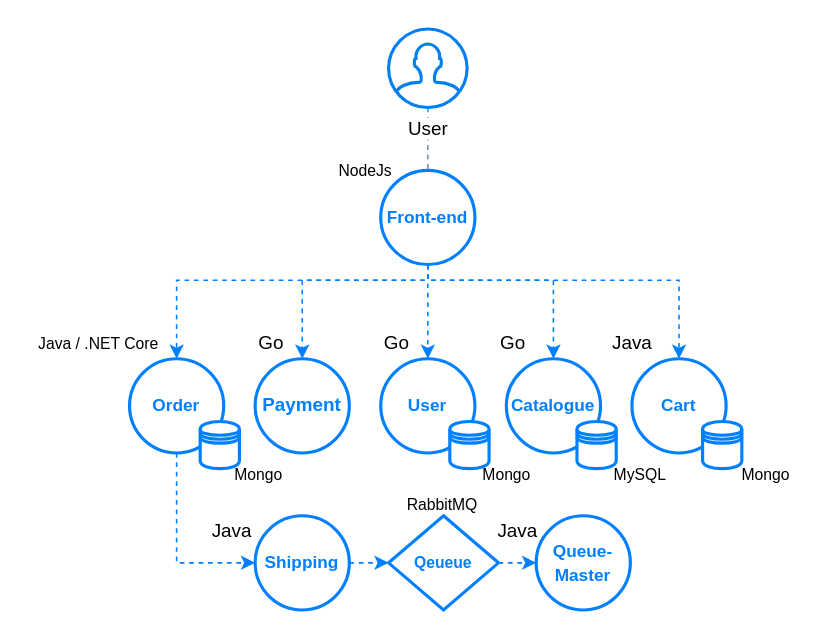
Above: sock-shop.drawio in danielfct/master-thesis (draw.io), before the change. Source tidied: cells renumbered, new cells numbered last; positions are measured from the earlier drawing's top-left corner, leaving out a move shared by most shapes. Both pictures are drawn from the tidied source at 157%, with x=0, y=0 at pixel (27, 28). Pictures stored in the file or linked from it are replaced by grey dashed boxes.
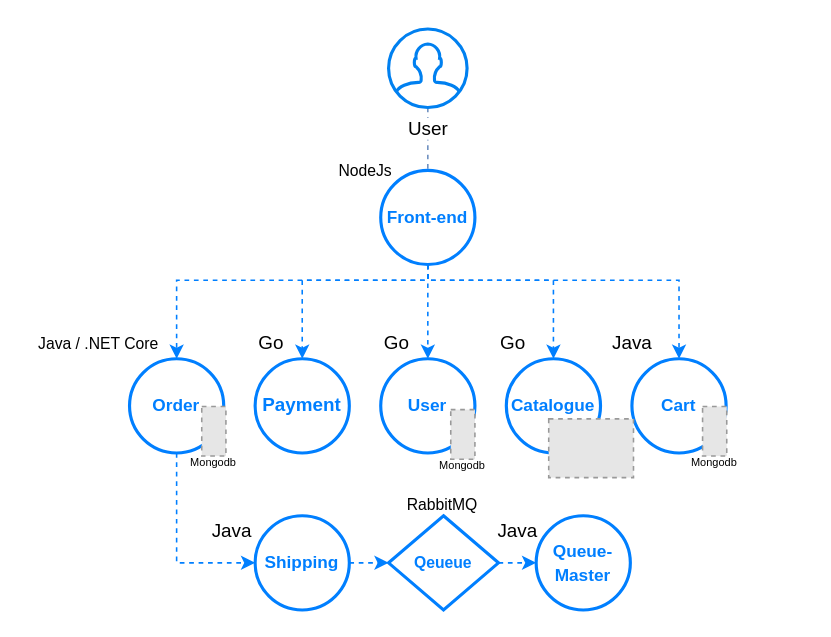
After the change.

Change to the diagram source:
```diff
@@
-    <mxCell id="22" style="shape=datastore;whiteSpace=wrap;html=1;strokeWidth=2;strokeColor=#007FFF;" parent="1" vertex="1">
-      <mxGeometry x="110" y="250" width="25" height="30" as="geometry" />
-    </mxCell>
-    <mxCell id="23" style="shape=datastore;whiteSpace=wrap;html=1;strokeWidth=2;strokeColor=#007FFF;" parent="1" vertex="1">
-      <mxGeometry x="269" y="250" width="25" height="30" as="geometry" />
-    </mxCell>
-    <mxCell id="24" style="shape=datastore;whiteSpace=wrap;html=1;strokeWidth=2;strokeColor=#007FFF;" parent="1" vertex="1">
-      <mxGeometry x="350" y="250" width="25" height="30" as="geometry" />
-    </mxCell>
-    <mxCell id="25" style="shape=datastore;whiteSpace=wrap;html=1;strokeWidth=2;strokeColor=#007FFF;" parent="1" vertex="1">
-      <mxGeometry x="430" y="250" width="25" height="30" as="geometry" />
-    </mxCell>
-    <mxCell id="26" value="Mongo" style="text;html=1;align=center;verticalAlign=middle;fontSize=10;" parent="1" vertex="1">
-      <mxGeometry x="122" y="274" width="50" height="20" as="geometry" />
-    </mxCell>
-    <mxCell id="27" value="Mongo" style="text;html=1;align=center;verticalAlign=middle;fontSize=10;" parent="1" vertex="1">
-      <mxGeometry x="280" y="274" width="50" height="20" as="geometry" />
-    </mxCell>
-    <mxCell id="28" value="Mongo" style="text;html=1;align=center;verticalAlign=middle;fontSize=10;" parent="1" vertex="1">
-      <mxGeometry x="445" y="274" width="50" height="20" as="geometry" />
-    </mxCell>
-    <mxCell id="29" value="MySQL" style="text;html=1;align=center;verticalAlign=middle;fontSize=10;" parent="1" vertex="1">
-      <mxGeometry x="365" y="274" width="50" height="20" as="geometry" />
-    </mxCell>
@@
+    <mxCell id="38" style="fillColor=#E6E6E6;strokeColor=#999999;dashed=1;verticalLabelPosition=bottom;labelBackgroundColor=#ffffff;verticalAlign=top;" parent="1" vertex="1">
+      <mxGeometry x="332" y="248.3" width="54" height="37.4" as="geometry" />
+    </mxCell>
+    <mxCell id="39" value="Mongodb" style="fillColor=#E6E6E6;strokeColor=#999999;dashed=1;verticalLabelPosition=bottom;labelBackgroundColor=#ffffff;verticalAlign=top;spacing=-4;fontSize=7;" parent="1" vertex="1">
+      <mxGeometry x="430" y="240.4" width="15.4" height="31.6" as="geometry" />
+    </mxCell>
+    <mxCell id="40" value="Mongodb" style="fillColor=#E6E6E6;strokeColor=#999999;dashed=1;verticalLabelPosition=bottom;labelBackgroundColor=#ffffff;verticalAlign=top;spacing=-4;fontSize=7;" parent="1" vertex="1">
+      <mxGeometry x="269.6" y="242.4" width="15.4" height="31.6" as="geometry" />
+    </mxCell>
+    <mxCell id="41" value="Mongodb" style="fillColor=#E6E6E6;strokeColor=#999999;dashed=1;verticalLabelPosition=bottom;labelBackgroundColor=#ffffff;verticalAlign=top;spacing=-4;fontSize=7;" parent="1" vertex="1">
+      <mxGeometry x="111" y="240.4" width="15.4" height="31.6" as="geometry" />
+    </mxCell>
```
